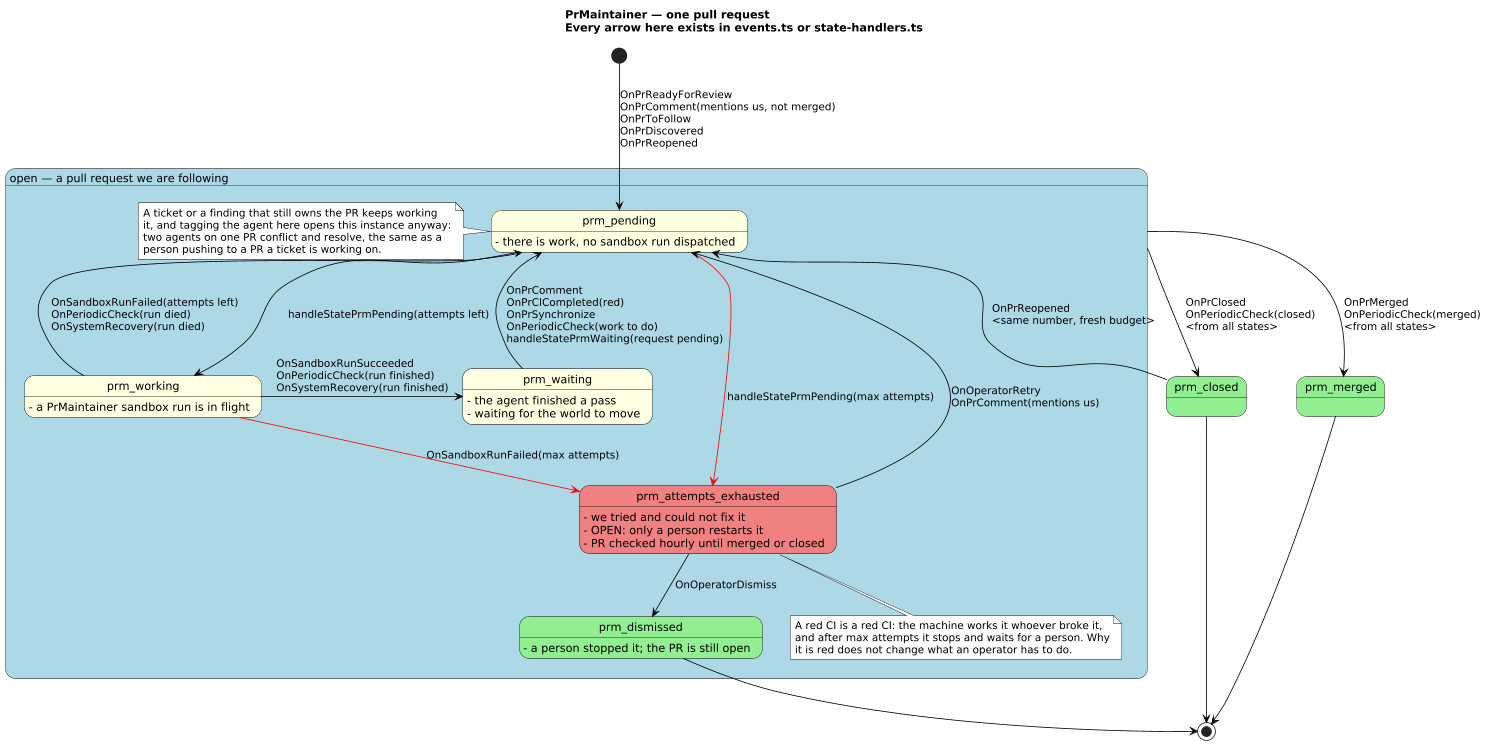
The PlantUML diagram docs/workflow-engine/state-diagrams/04-pr-maintainer.png in LuxorLabs/jardinero, before a commit.
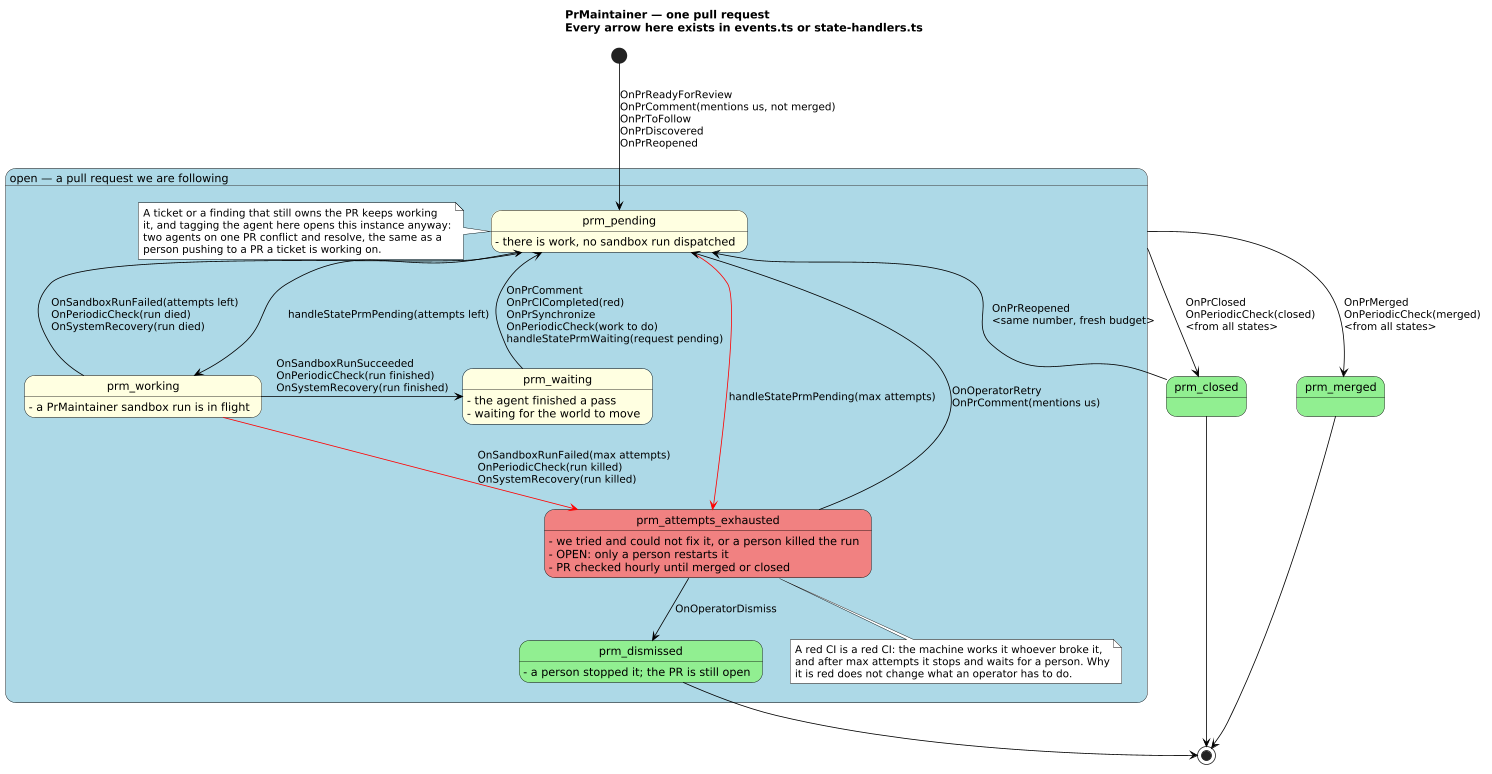
The same file after the commit.

Diff of the diagram source:
```diff
@@ -28,7 +28,7 @@
     Waiting: - waiting for the world to move
 
 state "prm_attempts_exhausted" as Exhausted <<Error>>
-    Exhausted: - we tried and could not fix it
+    Exhausted: - we tried and could not fix it, or a person killed the run
     Exhausted: - OPEN: only a person restarts it
     Exhausted: - PR checked hourly until merged or closed
 
@@ -61,7 +61,7 @@
 Pending -[#Red]-> Exhausted: handleStatePrmPending(max attempts)
 
 Working -l-> Pending: OnSandboxRunFailed(attempts left)\nOnPeriodicCheck(run died)\nOnSystemRecovery(run died)
-Working -[#Red]-> Exhausted: OnSandboxRunFailed(max attempts)
+Working -[#Red]-> Exhausted: OnSandboxRunFailed(max attempts)\nOnPeriodicCheck(run killed)\nOnSystemRecovery(run killed)
 
 Waiting -l-> Pending: OnPrComment\nOnPrCICompleted(red)\nOnPrSynchronize\nOnPeriodicCheck(work to do)\nhandleStatePrmWaiting(request pending)
 
```
